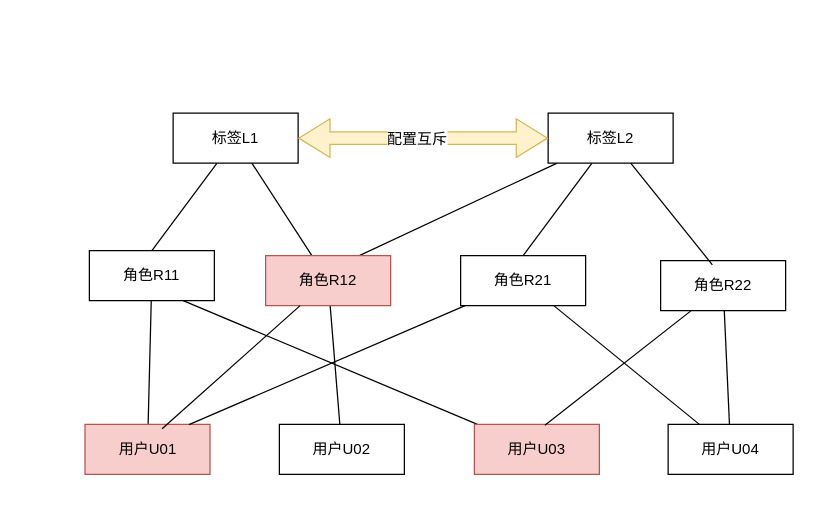
This is 铁塔4A2025.drawio from 158698706/tt4a, a draw.io file, before an edit. Source tidied: cells renumbered, new cells numbered last; positions are measured from the earlier drawing's top-left corner, leaving out a move shared by most shapes. Both pictures are drawn from the tidied source at 125%, with x=0, y=0 at pixel (85, 112).
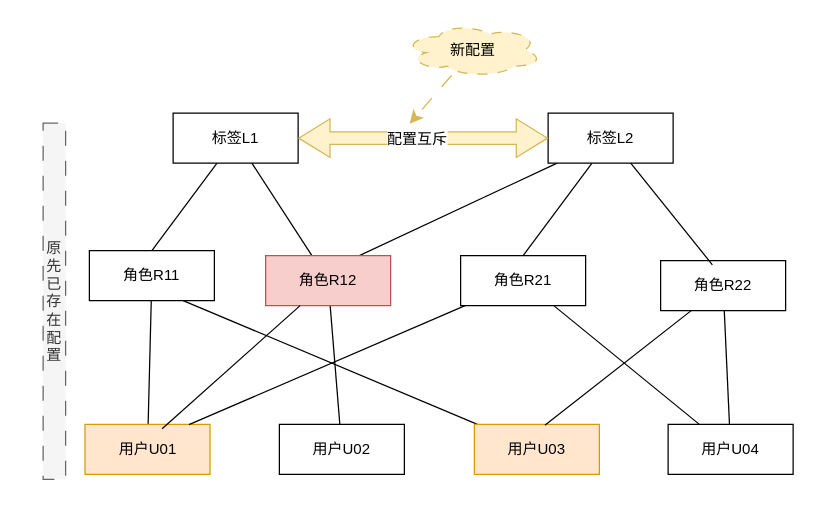
The same diagram, later.

The edit, as a diff of the source:
```diff
@@
+    <mxCell id="27" style="rounded=0;whiteSpace=wrap;html=1;strokeColor=none;" parent="1" vertex="1">
+      <mxGeometry x="-51" y="-73" width="629" height="377" as="geometry" />
+    </mxCell>
@@
-    <mxCell id="18" value="用户U01" style="whiteSpace=wrap;html=1;align=center;fillColor=#f8cecc;strokeColor=#b85450;" parent="1" vertex="1">
+    <mxCell id="18" value="用户U01" style="whiteSpace=wrap;html=1;align=center;fillColor=#ffe6cc;strokeColor=#d79b00;" parent="1" vertex="1">
       <mxGeometry x="-0.5" y="249" width="100" height="40" as="geometry" />
     </mxCell>
@@
-    <mxCell id="20" value="用户U03" style="whiteSpace=wrap;html=1;align=center;fillColor=#f8cecc;strokeColor=#b85450;" parent="1" vertex="1">
+    <mxCell id="20" value="用户U03" style="whiteSpace=wrap;html=1;align=center;fillColor=#ffe6cc;strokeColor=#d79b00;" parent="1" vertex="1">
       <mxGeometry x="311" y="249" width="100" height="40" as="geometry" />
     </mxCell>
@@
+    <mxCell id="28" value="原先已存在配置" style="text;html=1;align=center;verticalAlign=middle;whiteSpace=wrap;rounded=0;dashed=1;strokeColor=#666666;dashPattern=12 12;fillColor=#f5f5f5;fontColor=#333333;" parent="1" vertex="1">
+      <mxGeometry x="-34" y="8" width="18" height="285" as="geometry" />
+    </mxCell>
+    <mxCell id="29" style="edgeStyle=none;curved=1;rounded=0;jettySize=auto;html=1;fontSize=12;startSize=8;endSize=8;dashed=1;dashPattern=12 12;fillColor=#fff2cc;strokeColor=#d6b656;" parent="1" edge="1" source="30">
+      <mxGeometry relative="1" as="geometry">
+        <mxPoint x="259.2" y="8.6" as="targetPoint" />
+      </mxGeometry>
+    </mxCell>
+    <mxCell id="30" value="新配置" style="ellipse;shape=cloud;whiteSpace=wrap;html=1;dashed=1;dashPattern=8 8;fillColor=#fff2cc;strokeColor=#d6b656;" parent="1" vertex="1">
+      <mxGeometry x="255" y="-72" width="110" height="43" as="geometry" />
+    </mxCell>
```
